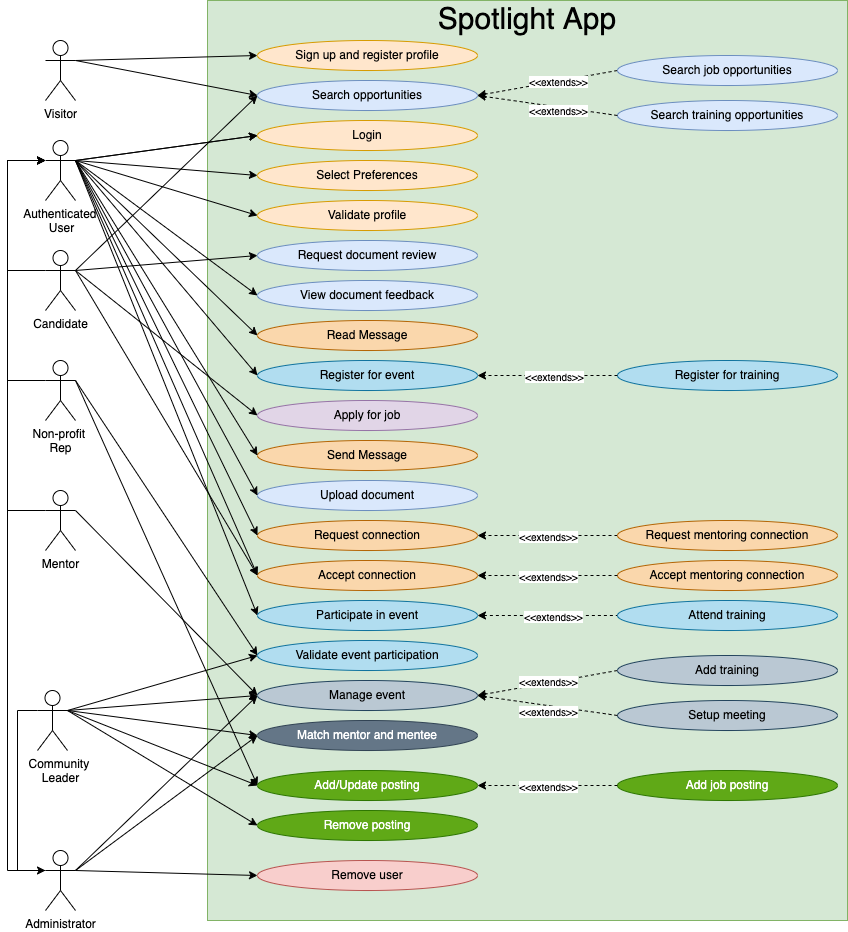
The draw.io diagram supporting_documentation/UseCaseDiagram.drawio.png in pcdwr/ArchKataSpring2022, before a commit. Source tidied: cells renumbered, new cells last; positions are measured from the earlier drawing's top-left corner, leaving out a move shared by most shapes.
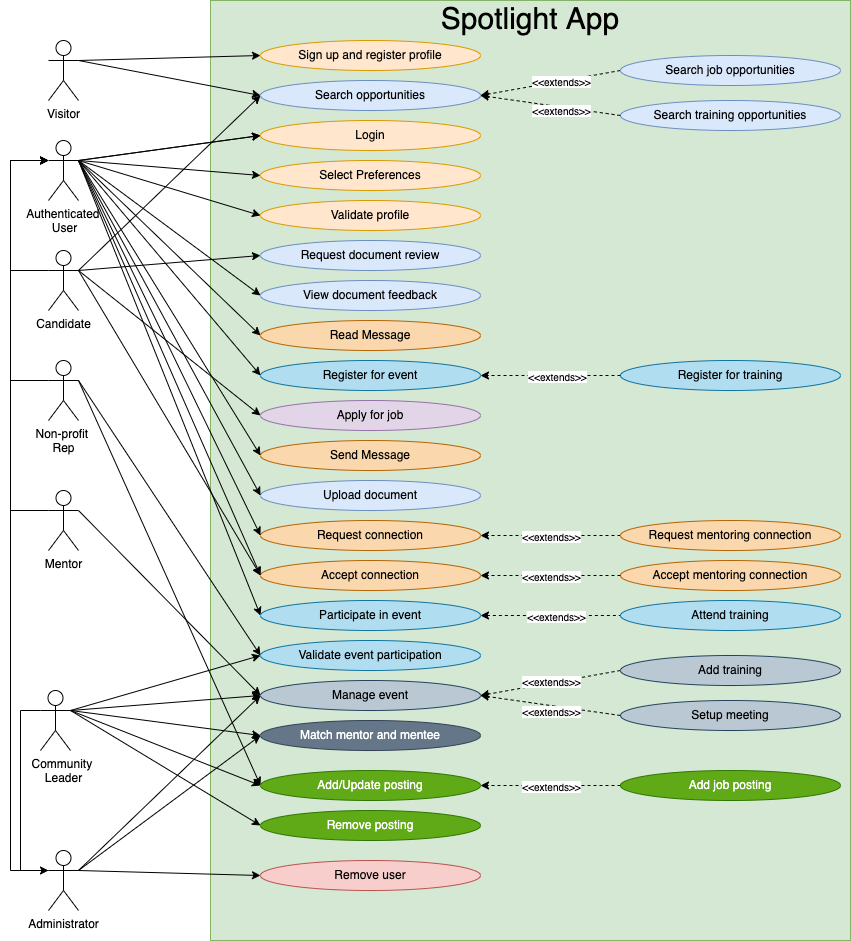
After the change.

Diff of the diagram source:
```diff
@@ -2,8 +2,11 @@
   <root>
     <mxCell id="0" />
     <mxCell id="1" parent="0" />
+    <mxCell id="92" style="rounded=0;whiteSpace=wrap;html=1;fontSize=10;shadow=0;fontColor=none;noLabel=1;strokeColor=none;" parent="1" vertex="1">
+      <mxGeometry x="-10" width="210" height="940" as="geometry" />
+    </mxCell>
     <mxCell id="2" value="&lt;p style=&quot;margin: 0px; font-variant-numeric: normal; font-variant-east-asian: normal; font-stretch: normal; font-size: 30px; line-height: normal; text-align: start;&quot; class=&quot;p1&quot;&gt;Spotlight App&lt;/p&gt;" style="rounded=0;whiteSpace=wrap;html=1;fontSize=10;labelPosition=center;verticalLabelPosition=top;align=center;verticalAlign=bottom;spacingBottom=-38;fillColor=#d5e8d4;strokeColor=#82b366;" parent="1" vertex="1">
-      <mxGeometry x="200" width="640" height="920" as="geometry" />
+      <mxGeometry x="200" width="640" height="940" as="geometry" />
     </mxCell>
     <mxCell id="3" style="edgeStyle=orthogonalEdgeStyle;rounded=0;jettySize=auto;html=1;exitX=0;exitY=0.3333333333333333;exitDx=0;exitDy=0;exitPerimeter=0;entryX=0;entryY=0.3333333333333333;entryDx=0;entryDy=0;entryPerimeter=0;fontSize=10;" parent="1" edge="1" source="6" target="57">
       <mxGeometry relative="1" as="geometry">
```
